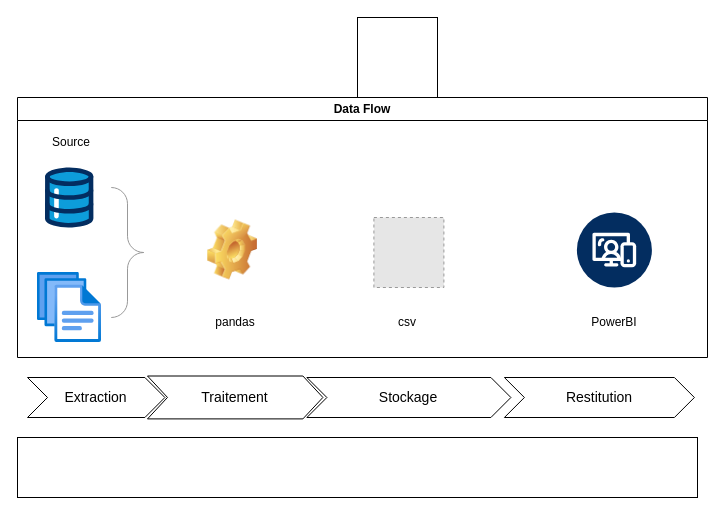
Before: page "Page-1" (1 of 2) of Diagramme sans nom.drawio in abouattara/IBM-Data-Engineering, a draw.io diagram. Source tidied: cells renumbered, new cells numbered last; positions are measured from the earlier drawing's top-left corner, leaving out a move shared by most shapes. Both pictures are drawn from the tidied source at 100%, with x=0, y=0 at pixel (17, 17). Pictures stored in the file or linked from it are replaced by grey dashed boxes.
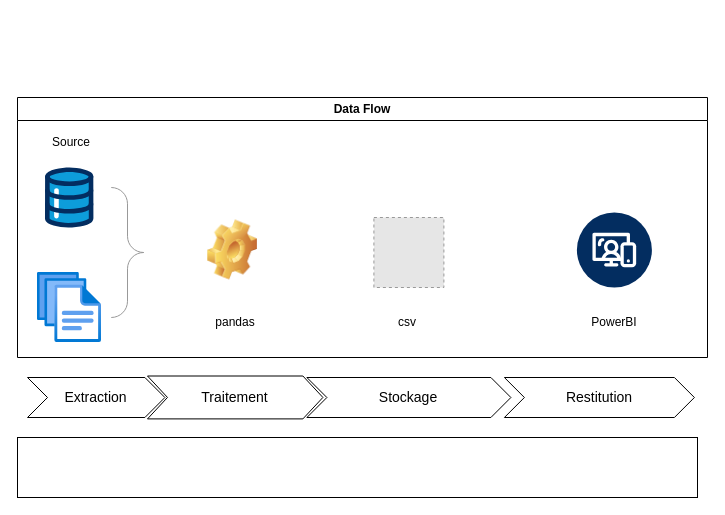
Above is the later version.

Commit message:
Mettre à jour Diagramme sans nom.drawio

Diff of the diagram source:
```diff
@@
 <mxGraphModel>
   <root>
     <mxCell id="0" />
     <mxCell id="1" parent="0" />
     <mxCell id="2" style="image;html=1;align=center;fontSize=12;image=img/lib/azure2/general/Files.svg;" parent="1" vertex="1">
       <mxGeometry x="20" y="255" width="64" height="70" as="geometry" />
     </mxCell>
     <mxCell id="3" style="fillColor=#E6E6E6;strokeColor=#999999;dashed=1;html=1;verticalAlign=top;verticalLabelPosition=bottom;labelBackgroundColor=#ffffff;" parent="1" vertex="1">
       <mxGeometry x="356.4" y="200" width="70" height="70" as="geometry" />
     </mxCell>
     <mxCell id="4" style="labelPosition=right;align=left;strokeWidth=1;shape=mxgraph.mockup.markup.curlyBrace;html=1;shadow=0;dashed=0;strokeColor=#999999;direction=north;rotation=-180;" parent="1" vertex="1">
       <mxGeometry x="84" y="170" width="52" height="130" as="geometry" />
     </mxCell>
     <mxCell id="5" style="verticalLabelPosition=bottom;html=1;shape=mxgraph.salesforce.data;" parent="1" vertex="1">
       <mxGeometry x="27.4" y="150" width="48.6" height="60" as="geometry" />
     </mxCell>
     <mxCell id="6" style="verticalLabelPosition=bottom;html=1;shape=mxgraph.salesforce.web2;" parent="1" vertex="1">
       <mxGeometry x="559.4" y="195" width="75" height="75" as="geometry" />
     </mxCell>
     <mxCell id="7" value="Extraction" style="html=1;shape=mxgraph.infographic.ribbonSimple;notch1=20;notch2=20;align=center;verticalAlign=middle;fontSize=14;fontStyle=0;fillColor=#FFFFFF;whiteSpace=wrap;" parent="1" vertex="1">
       <mxGeometry x="10" y="360" width="137.4" height="40" as="geometry" />
     </mxCell>
     <mxCell id="8" value="Traitement" style="html=1;shape=mxgraph.infographic.ribbonSimple;notch1=20;notch2=20;align=center;verticalAlign=middle;fontSize=14;fontStyle=0;fillColor=#FFFFFF;whiteSpace=wrap;" parent="1" vertex="1">
       <mxGeometry x="130" y="358.5" width="175.4" height="42.9" as="geometry" />
     </mxCell>
     <mxCell id="9" value="Stockage" style="html=1;shape=mxgraph.infographic.ribbonSimple;notch1=20;notch2=20;align=center;verticalAlign=middle;fontSize=14;fontStyle=0;fillColor=#FFFFFF;whiteSpace=wrap;" parent="1" vertex="1">
       <mxGeometry x="289.4" y="360" width="204" height="40" as="geometry" />
     </mxCell>
     <mxCell id="10" value="Restitution" style="html=1;shape=mxgraph.infographic.ribbonSimple;notch1=20;notch2=20;align=center;verticalAlign=middle;fontSize=14;fontStyle=0;fillColor=#FFFFFF;whiteSpace=wrap;" parent="1" vertex="1">
       <mxGeometry x="486.9" y="360" width="190" height="40" as="geometry" />
     </mxCell>
     <mxCell id="11" value="pandas" style="text;html=1;align=center;verticalAlign=middle;whiteSpace=wrap;rounded=0;" parent="1" vertex="1">
       <mxGeometry x="187.7" y="290" width="60" height="30" as="geometry" />
     </mxCell>
     <mxCell id="12" value="Data Flow" style="swimlane;whiteSpace=wrap;html=1;" parent="1" vertex="1">
       <mxGeometry y="80" width="690" height="260" as="geometry" />
     </mxCell>
     <mxCell id="13" value="Source" style="text;html=1;align=center;verticalAlign=middle;whiteSpace=wrap;rounded=0;" parent="12" vertex="1">
       <mxGeometry x="24" y="30" width="60" height="30" as="geometry" />
     </mxCell>
     <mxCell id="14" style="shape=image;html=1;verticalLabelPosition=bottom;verticalAlign=top;imageAspect=0;image=img/clipart/Gear_128x128.png;" parent="12" vertex="1">
       <mxGeometry x="190" y="122.5" width="50" height="60" as="geometry" />
     </mxCell>
     <mxCell id="15" value="csv" style="text;html=1;align=center;verticalAlign=middle;whiteSpace=wrap;rounded=0;" parent="12" vertex="1">
       <mxGeometry x="360" y="210" width="60" height="30" as="geometry" />
     </mxCell>
     <mxCell id="16" value="PowerBI" style="text;html=1;align=center;verticalAlign=middle;whiteSpace=wrap;rounded=0;" parent="12" vertex="1">
       <mxGeometry x="566.9" y="210" width="60" height="30" as="geometry" />
     </mxCell>
-    <mxCell id="17" style="whiteSpace=wrap;html=1;" parent="1" vertex="1">
-      <mxGeometry x="340" width="80" height="80" as="geometry" />
-    </mxCell>
     <mxCell id="18" style="rounded=0;whiteSpace=wrap;html=1;" parent="1" vertex="1">
       <mxGeometry y="420" width="680" height="60" as="geometry" />
     </mxCell>
   </root>
 </mxGraphModel>
```
